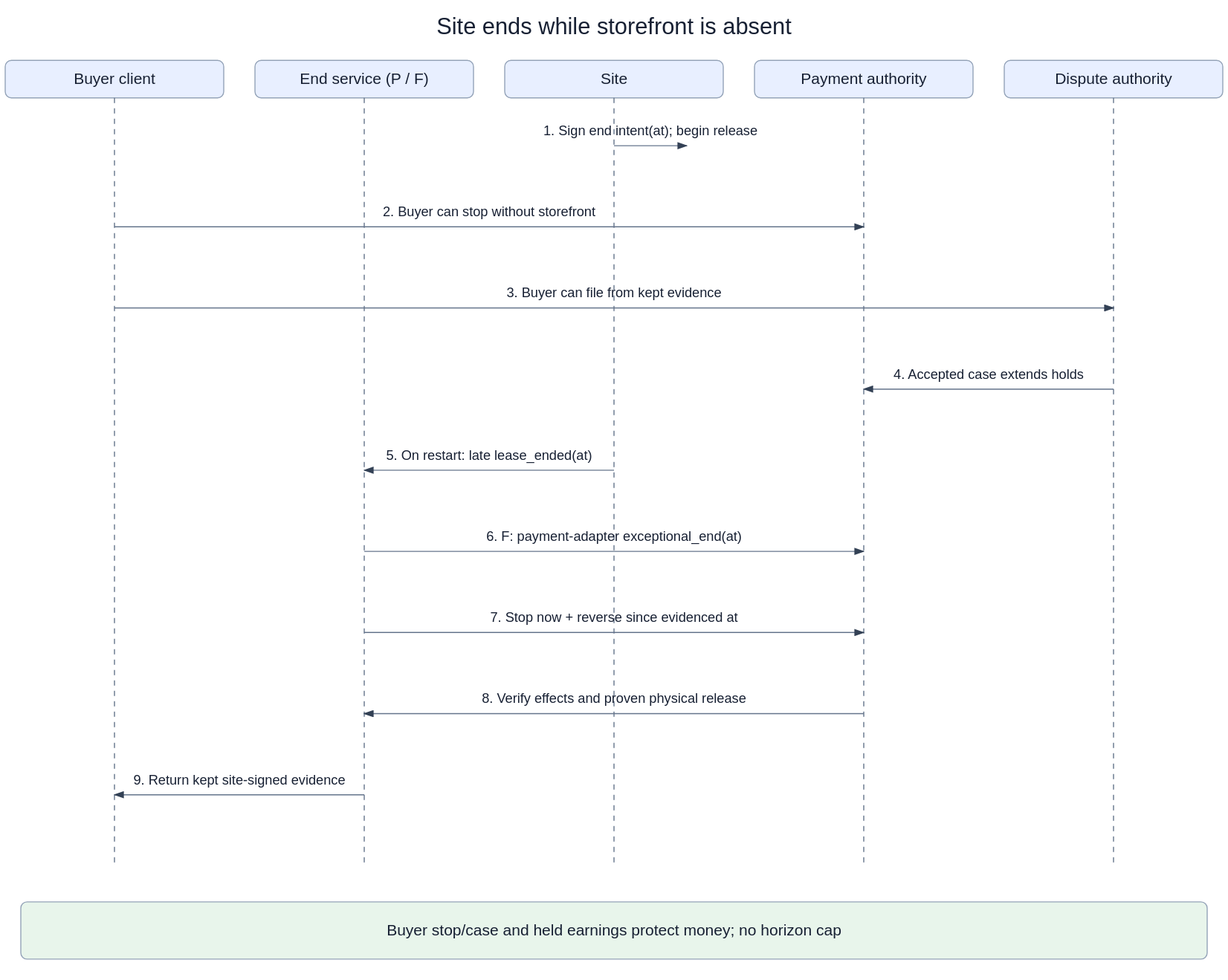
Before: openspec/changes/converge-ongoing-compute-leases/diagrams/02-site-withdraws-storefront-dead.svg, a diagram exported from draw.io (arkhai-io/simple-compute-market). Source tidied: cells renumbered, new cells last; positions are measured from the earlier drawing's top-left corner, leaving out a move shared by most shapes. Its diagram source:
```xml
<mxGraphModel>
  <root>
    <mxCell id="0" />
    <mxCell id="1" parent="0" />
    <mxCell id="2" value="Site ends while storefront is absent" style="text;fontSize=22;align=center;" parent="1" vertex="1">
      <mxGeometry x="15" width="1140" height="36" as="geometry" />
    </mxCell>
    <mxCell id="3" value="Buyer client" style="rounded=1;fillColor=#e8efff;fontSize=15;" parent="1" vertex="1">
      <mxGeometry y="48" width="210" height="36" as="geometry" />
    </mxCell>
    <mxCell id="4" style="dashed=1;endArrow=none;strokeColor=#94a3b8;" parent="1" edge="1">
      <mxGeometry relative="1" as="geometry">
        <mxPoint x="105" y="84" as="sourcePoint" />
        <mxPoint x="105" y="822" as="targetPoint" />
      </mxGeometry>
    </mxCell>
    <mxCell id="5" value="End service (P / F)" style="rounded=1;fillColor=#e8efff;fontSize=15;" parent="1" vertex="1">
      <mxGeometry x="240" y="48" width="210" height="36" as="geometry" />
    </mxCell>
    <mxCell id="6" style="dashed=1;endArrow=none;strokeColor=#94a3b8;" parent="1" edge="1">
      <mxGeometry relative="1" as="geometry">
        <mxPoint x="345" y="84" as="sourcePoint" />
        <mxPoint x="345" y="822" as="targetPoint" />
      </mxGeometry>
    </mxCell>
    <mxCell id="7" value="Site" style="rounded=1;fillColor=#e8efff;fontSize=15;" parent="1" vertex="1">
      <mxGeometry x="480" y="48" width="210" height="36" as="geometry" />
    </mxCell>
    <mxCell id="8" style="dashed=1;endArrow=none;strokeColor=#94a3b8;" parent="1" edge="1">
      <mxGeometry relative="1" as="geometry">
        <mxPoint x="585" y="84" as="sourcePoint" />
        <mxPoint x="585" y="822" as="targetPoint" />
      </mxGeometry>
    </mxCell>
    <mxCell id="9" value="Payment authority" style="rounded=1;fillColor=#e8efff;fontSize=15;" parent="1" vertex="1">
      <mxGeometry x="720" y="48" width="210" height="36" as="geometry" />
    </mxCell>
    <mxCell id="10" style="dashed=1;endArrow=none;strokeColor=#94a3b8;" parent="1" edge="1">
      <mxGeometry relative="1" as="geometry">
        <mxPoint x="825" y="84" as="sourcePoint" />
        <mxPoint x="825" y="822" as="targetPoint" />
      </mxGeometry>
    </mxCell>
    <mxCell id="11" value="Dispute authority" style="rounded=1;fillColor=#e8efff;fontSize=15;" parent="1" vertex="1">
      <mxGeometry x="960" y="48" width="210" height="36" as="geometry" />
    </mxCell>
    <mxCell id="12" style="dashed=1;endArrow=none;strokeColor=#94a3b8;" parent="1" edge="1">
      <mxGeometry relative="1" as="geometry">
        <mxPoint x="1065" y="84" as="sourcePoint" />
        <mxPoint x="1065" y="822" as="targetPoint" />
      </mxGeometry>
    </mxCell>
    <mxCell id="13" value="1. Sign end intent(at); begin release" style="endArrow=block;fontSize=13;labelBackgroundColor=#ffffff;" parent="1" edge="1">
      <mxGeometry relative="1" as="geometry">
        <mxPoint x="585" y="130" as="sourcePoint" />
        <mxPoint x="655" y="130" as="targetPoint" />
      </mxGeometry>
    </mxCell>
    <mxCell id="14" value="2. Buyer can stop without storefront" style="endArrow=block;fontSize=13;labelBackgroundColor=#ffffff;" parent="1" edge="1">
      <mxGeometry relative="1" as="geometry">
        <mxPoint x="105" y="208" as="sourcePoint" />
        <mxPoint x="825" y="208" as="targetPoint" />
      </mxGeometry>
    </mxCell>
    <mxCell id="15" value="3. Buyer can file from kept evidence" style="endArrow=block;fontSize=13;labelBackgroundColor=#ffffff;" parent="1" edge="1">
      <mxGeometry relative="1" as="geometry">
        <mxPoint x="105" y="286" as="sourcePoint" />
        <mxPoint x="1065" y="286" as="targetPoint" />
      </mxGeometry>
    </mxCell>
    <mxCell id="16" value="4. Accepted case extends holds" style="endArrow=block;fontSize=13;labelBackgroundColor=#ffffff;" parent="1" edge="1">
      <mxGeometry relative="1" as="geometry">
        <mxPoint x="1065" y="364" as="sourcePoint" />
        <mxPoint x="825" y="364" as="targetPoint" />
      </mxGeometry>
    </mxCell>
    <mxCell id="17" value="5. On restart: late lease_ended(at)" style="endArrow=block;fontSize=13;labelBackgroundColor=#ffffff;" parent="1" edge="1">
      <mxGeometry relative="1" as="geometry">
        <mxPoint x="585" y="442" as="sourcePoint" />
        <mxPoint x="345" y="442" as="targetPoint" />
      </mxGeometry>
    </mxCell>
    <mxCell id="18" value="6. F: payment-adapter exceptional_end(at)" style="endArrow=block;fontSize=13;labelBackgroundColor=#ffffff;" parent="1" edge="1">
      <mxGeometry relative="1" as="geometry">
        <mxPoint x="345" y="520" as="sourcePoint" />
        <mxPoint x="825" y="520" as="targetPoint" />
      </mxGeometry>
    </mxCell>
    <mxCell id="19" value="7. Stop now + reverse since evidenced at" style="endArrow=block;fontSize=13;labelBackgroundColor=#ffffff;" parent="1" edge="1">
      <mxGeometry relative="1" as="geometry">
        <mxPoint x="345" y="598" as="sourcePoint" />
        <mxPoint x="825" y="598" as="targetPoint" />
      </mxGeometry>
    </mxCell>
    <mxCell id="20" value="8. Verify effects and proven physical release" style="endArrow=block;fontSize=13;labelBackgroundColor=#ffffff;" parent="1" edge="1">
      <mxGeometry relative="1" as="geometry">
        <mxPoint x="825" y="676" as="sourcePoint" />
        <mxPoint x="345" y="676" as="targetPoint" />
      </mxGeometry>
    </mxCell>
    <mxCell id="21" value="9. Return kept site-signed evidence" style="endArrow=block;fontSize=13;labelBackgroundColor=#ffffff;" parent="1" edge="1">
      <mxGeometry relative="1" as="geometry">
        <mxPoint x="345" y="754" as="sourcePoint" />
        <mxPoint x="105" y="754" as="targetPoint" />
      </mxGeometry>
    </mxCell>
    <mxCell id="22" value="Buyer stop/case and held earnings protect money; no horizon cap" style="rounded=1;fillColor=#e8f5eb;fontSize=15;" parent="1" vertex="1">
      <mxGeometry x="15" y="857" width="1140" height="55" as="geometry" />
    </mxCell>
  </root>
</mxGraphModel>
```
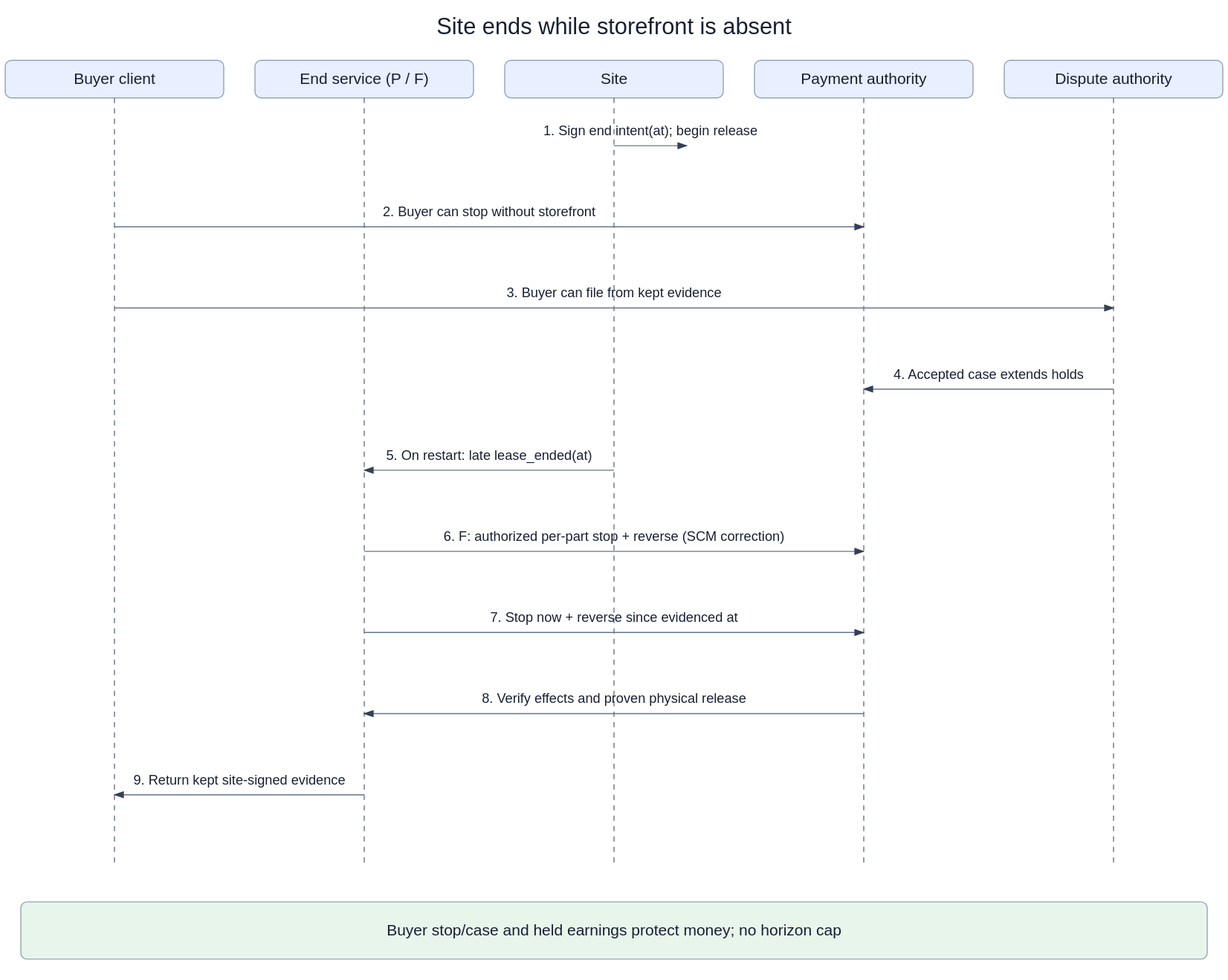
The same file after the commit.

The edit, as a diff of the source:
```diff
@@ -80,7 +80,7 @@
         <mxPoint x="345" y="442" as="targetPoint" />
       </mxGeometry>
     </mxCell>
-    <mxCell id="18" value="6. F: payment-adapter exceptional_end(at)" style="endArrow=block;fontSize=13;labelBackgroundColor=#ffffff;" parent="1" edge="1">
+    <mxCell id="18" value="6. F: authorized per-part stop + reverse (SCM correction)" style="endArrow=block;fontSize=13;labelBackgroundColor=#ffffff;" parent="1" edge="1">
       <mxGeometry relative="1" as="geometry">
         <mxPoint x="345" y="520" as="sourcePoint" />
         <mxPoint x="825" y="520" as="targetPoint" />
```
